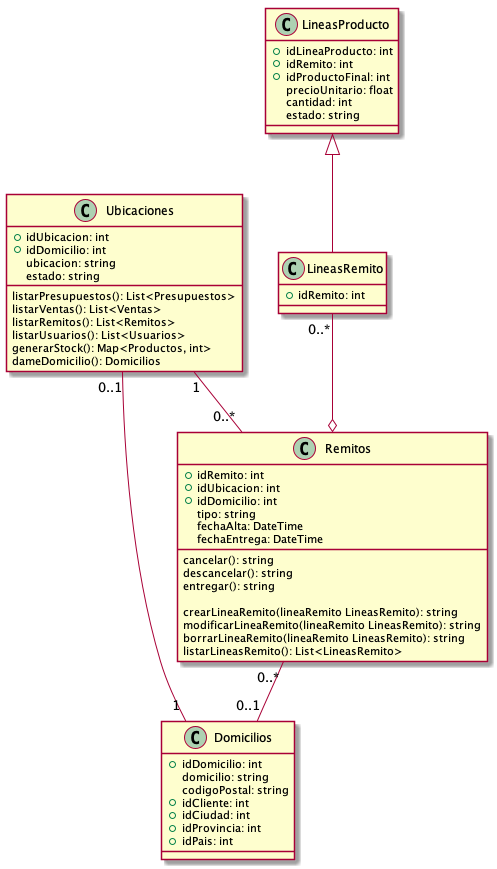
Before: Informe Final/Imagenes/DiagramaClases/Vistas/vistaEntregas.png, a diagram exported from PlantUML (ZMGestion/DocumentacionZMGestion).
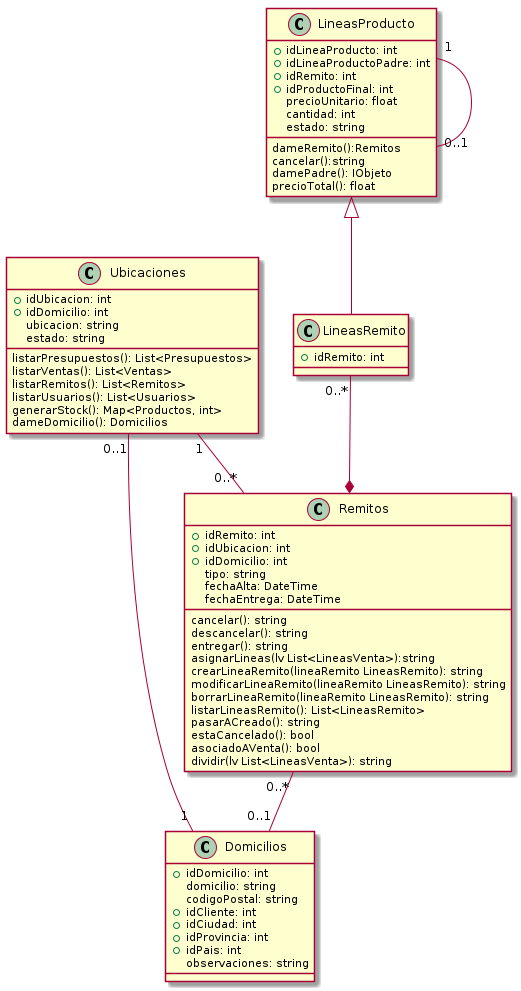
The same diagram one commit later.

Diff of the diagram source:
```diff
@@ -20,17 +20,27 @@
     +idCiudad: int
     +idProvincia: int
     +idPais: int
+    observaciones: string
+
+
 }
 class LineasProducto{
     +idLineaProducto: int
+    +idLineaProductoPadre: int
     +idRemito: int
     +idProductoFinal: int
     precioUnitario: float
     cantidad: int
     estado: string
+
+    dameRemito():Remitos
+    cancelar():string
+    damePadre(): IObjeto
+    precioTotal(): float
 }
 class LineasRemito{
     +idRemito: int
+
 }
 class Remitos{
     +idRemito: int
@@ -43,15 +53,20 @@
     cancelar(): string
     descancelar(): string
     entregar(): string
-
+    asignarLineas(lv List<LineasVenta>):string
     crearLineaRemito(lineaRemito LineasRemito): string
     modificarLineaRemito(lineaRemito LineasRemito): string
     borrarLineaRemito(lineaRemito LineasRemito): string
     listarLineasRemito(): List<LineasRemito>
+    pasarACreado(): string
+    estaCancelado(): bool
+    asociadoAVenta(): bool
+    dividir(lv List<LineasVenta>): string
 }
 
+LineasProducto "1" -- "0..1" LineasProducto
 LineasProducto <|-- LineasRemito
-LineasRemito "0..*"--o Remitos
+LineasRemito "0..*"--* Remitos
 Ubicaciones "0..1"--"1" Domicilios
 Remitos "0..*"--"0..1" Domicilios
 Ubicaciones "1"--"0..*" Remitos
```
